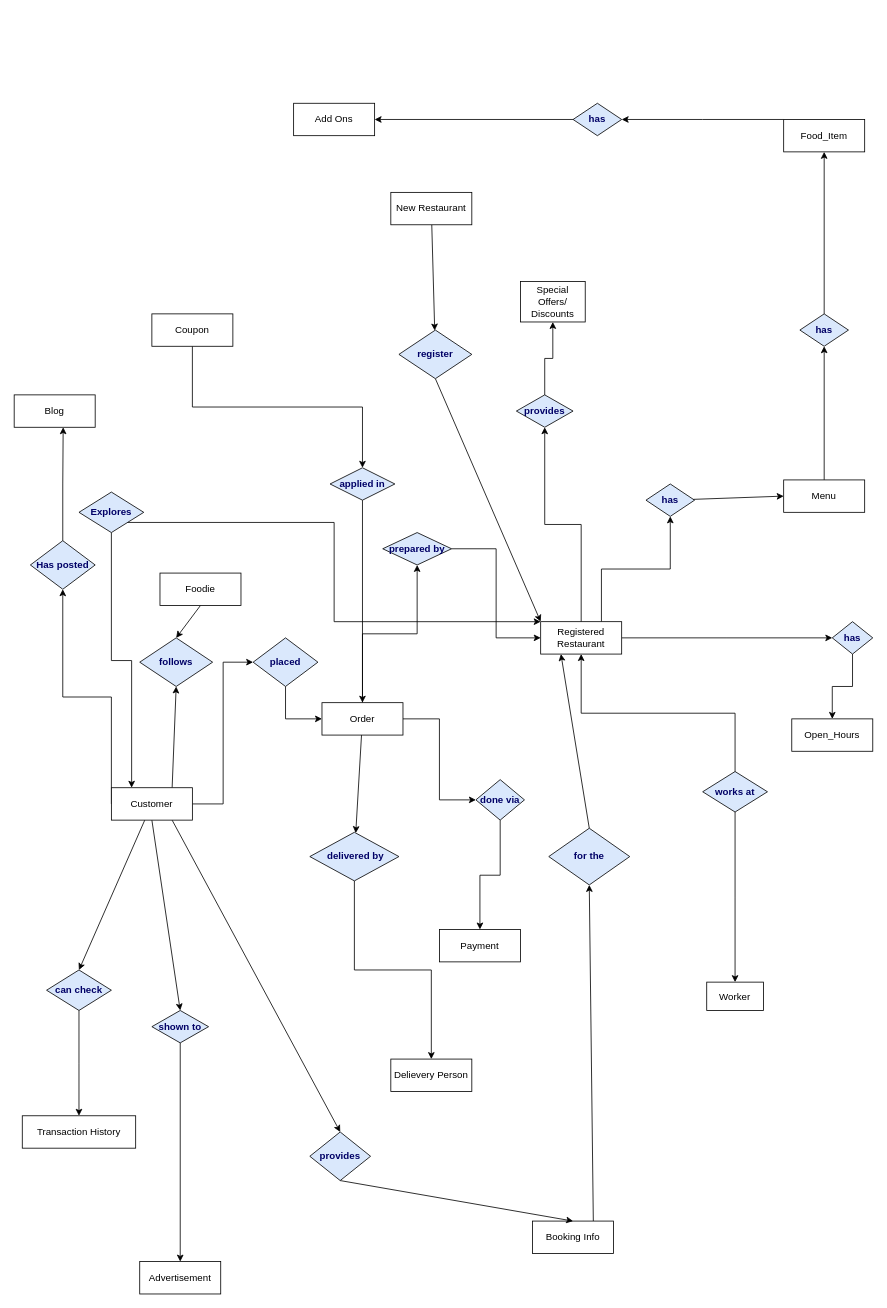
Before: Assignment1A.drawio in ritu456286/DBMS, a draw.io diagram. Source tidied: cells renumbered, new cells numbered last; positions are measured from the earlier drawing's top-left corner, leaving out a move shared by most shapes. Both pictures are drawn from the tidied source at 81%, with x=0, y=0 at pixel (14, 103).
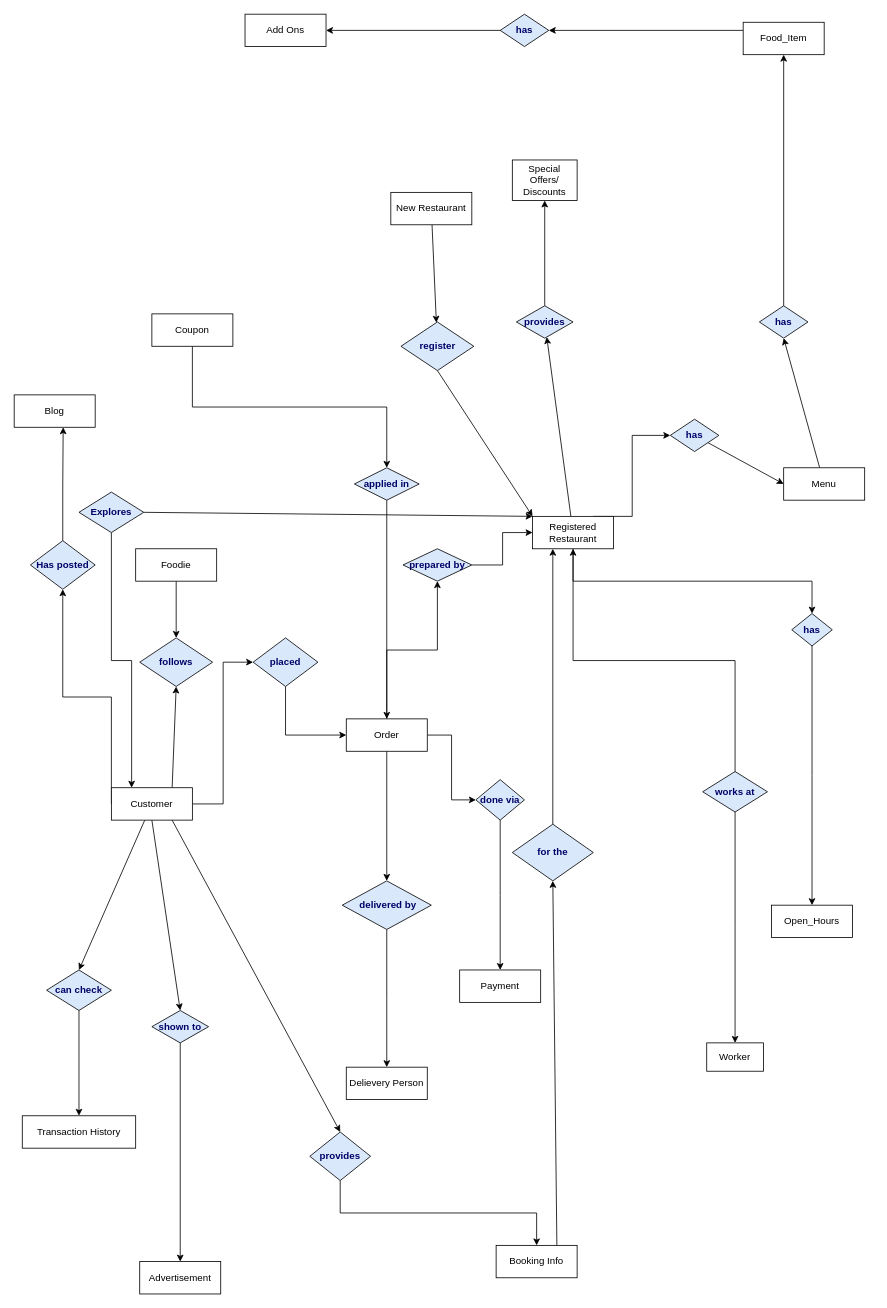
The same diagram, later.

The change refers to these unchanged cells:
```xml
<mxCell id="69" value="Explores" style="shape=rhombus;perimeter=rhombusPerimeter;whiteSpace=wrap;html=1;align=center;fillColor=#dae8fc;strokeColor=default;fontStyle=1;fontColor=#000066;labelBorderColor=none;fillStyle=solid;rounded=0;shadow=0;strokeWidth=1;" parent="1" vertex="1">
  <mxGeometry x="80" y="480" width="80" height="50" as="geometry" />
</mxCell>
<mxCell id="71" value="provides" style="shape=rhombus;perimeter=rhombusPerimeter;whiteSpace=wrap;html=1;align=center;fillColor=#dae8fc;strokeColor=default;fontStyle=1;fontColor=#000066;labelBorderColor=none;fillStyle=solid;rounded=0;shadow=0;strokeWidth=1;" parent="1" vertex="1">
  <mxGeometry x="365" y="1270" width="75" height="60" as="geometry" />
</mxCell>
```

Diff of the diagram source:
```diff
@@
     <mxCell id="10" value="Foodie" style="whiteSpace=wrap;html=1;align=center;" parent="1" vertex="1">
-      <mxGeometry x="180" y="580" width="100" height="40" as="geometry" />
+      <mxGeometry x="150" y="550" width="100" height="40" as="geometry" />
     </mxCell>
     <mxCell id="11" value="Delievery Person" style="whiteSpace=wrap;html=1;align=center;" parent="1" vertex="1">
-      <mxGeometry x="465" y="1180" width="100" height="40" as="geometry" />
+      <mxGeometry x="410" y="1190" width="100" height="40" as="geometry" />
     </mxCell>
@@
     <mxCell id="17" value="Order" style="whiteSpace=wrap;html=1;align=center;" parent="1" vertex="1">
-      <mxGeometry x="380" y="740" width="100" height="40" as="geometry" />
+      <mxGeometry x="410" y="760" width="100" height="40" as="geometry" />
     </mxCell>
-    <mxCell id="18" style="edgeStyle=elbowEdgeStyle;rounded=0;jettySize=auto;elbow=vertical;html=1;" parent="1" edge="1" source="21" target="61">
+    <mxCell id="18" style="rounded=0;jettySize=auto;elbow=vertical;html=1;" parent="1" edge="1" source="21" target="61">
       <mxGeometry relative="1" as="geometry" />
     </mxCell>
@@
-    <mxCell id="20" style="edgeStyle=elbowEdgeStyle;rounded=0;jettySize=auto;elbow=vertical;html=1;entryX=0.5;entryY=1;entryDx=0;entryDy=0;exitX=0.75;exitY=0;exitDx=0;exitDy=0;" parent="1" edge="1" source="21" target="43">
+    <mxCell id="20" style="edgeStyle=elbowEdgeStyle;rounded=0;jettySize=auto;html=1;entryX=0;entryY=0.5;entryDx=0;entryDy=0;exitX=0.75;exitY=0;exitDx=0;exitDy=0;" parent="1" edge="1" source="21" target="43">
       <mxGeometry relative="1" as="geometry" />
     </mxCell>
     <mxCell id="21" value="Registered Restaurant" style="whiteSpace=wrap;html=1;align=center;" parent="1" vertex="1">
-      <mxGeometry x="650" y="640" width="100" height="40" as="geometry" />
+      <mxGeometry x="640" y="510" width="100" height="40" as="geometry" />
     </mxCell>
@@
     <mxCell id="23" value="Menu" style="whiteSpace=wrap;html=1;align=center;" parent="1" vertex="1">
-      <mxGeometry x="950" y="465" width="100" height="40" as="geometry" />
+      <mxGeometry x="950" y="450" width="100" height="40" as="geometry" />
     </mxCell>
@@
     <mxCell id="25" value="Food_Item" style="whiteSpace=wrap;html=1;align=center;" parent="1" vertex="1">
-      <mxGeometry x="950" y="20" width="100" height="40" as="geometry" />
+      <mxGeometry x="900" y="-100" width="100" height="40" as="geometry" />
     </mxCell>
     <mxCell id="26" value="Add Ons" style="whiteSpace=wrap;html=1;align=center;" parent="1" vertex="1">
-      <mxGeometry x="345" width="100" height="40" as="geometry" />
+      <mxGeometry x="285" y="-110" width="100" height="40" as="geometry" />
     </mxCell>
     <mxCell id="27" value="Open_Hours" style="whiteSpace=wrap;html=1;align=center;" parent="1" vertex="1">
-      <mxGeometry x="960" y="760" width="100" height="40" as="geometry" />
+      <mxGeometry x="935" y="990" width="100" height="40" as="geometry" />
     </mxCell>
@@
     <mxCell id="32" value="Payment" style="whiteSpace=wrap;html=1;align=center;" parent="1" vertex="1">
-      <mxGeometry x="525" y="1020" width="100" height="40" as="geometry" />
+      <mxGeometry x="550" y="1070" width="100" height="40" as="geometry" />
     </mxCell>
@@
     <mxCell id="41" value="prepared by" style="shape=rhombus;perimeter=rhombusPerimeter;whiteSpace=wrap;html=1;align=center;fillColor=#dae8fc;strokeColor=default;fontStyle=1;fontColor=#000066;labelBorderColor=none;fillStyle=solid;rounded=0;shadow=0;strokeWidth=1;" parent="1" vertex="1">
-      <mxGeometry x="455" y="530" width="85" height="40" as="geometry" />
+      <mxGeometry x="480" y="550" width="85" height="40" as="geometry" />
     </mxCell>
@@
     <mxCell id="43" value="has" style="shape=rhombus;perimeter=rhombusPerimeter;whiteSpace=wrap;html=1;align=center;fillColor=#dae8fc;strokeColor=default;fontStyle=1;fontColor=#000066;labelBorderColor=none;fillStyle=solid;rounded=0;shadow=0;strokeWidth=1;" parent="1" vertex="1">
-      <mxGeometry x="780" y="470" width="60" height="40" as="geometry" />
+      <mxGeometry x="810" y="390" width="60" height="40" as="geometry" />
     </mxCell>
@@
     <mxCell id="45" value="&amp;nbsp;delivered by" style="shape=rhombus;perimeter=rhombusPerimeter;whiteSpace=wrap;html=1;align=center;fillColor=#dae8fc;strokeColor=default;fontStyle=1;fontColor=#000066;labelBorderColor=none;fillStyle=solid;rounded=0;shadow=0;strokeWidth=1;" parent="1" vertex="1">
-      <mxGeometry x="365" y="900" width="110" height="60" as="geometry" />
+      <mxGeometry x="405" y="960" width="110" height="60" as="geometry" />
     </mxCell>
@@
     <mxCell id="49" value="has" style="shape=rhombus;perimeter=rhombusPerimeter;whiteSpace=wrap;html=1;align=center;fillColor=#dae8fc;strokeColor=default;fontStyle=1;fontColor=#000066;labelBorderColor=none;fillStyle=solid;rounded=0;shadow=0;strokeWidth=1;" parent="1" vertex="1">
-      <mxGeometry x="970" y="260" width="60" height="40" as="geometry" />
+      <mxGeometry x="920" y="250" width="60" height="40" as="geometry" />
     </mxCell>
     <mxCell id="50" value="Special Offers/ Discounts" style="whiteSpace=wrap;html=1;align=center;" parent="1" vertex="1">
-      <mxGeometry x="625" y="220" width="80" height="50" as="geometry" />
+      <mxGeometry x="615" y="70" width="80" height="50" as="geometry" />
     </mxCell>
@@
     <mxCell id="52" value="has" style="shape=rhombus;perimeter=rhombusPerimeter;whiteSpace=wrap;html=1;align=center;fillColor=#dae8fc;strokeColor=default;fontStyle=1;fontColor=#000066;labelBorderColor=none;fillStyle=solid;rounded=0;shadow=0;strokeWidth=1;" parent="1" vertex="1">
-      <mxGeometry x="690" width="60" height="40" as="geometry" />
+      <mxGeometry x="600" y="-110" width="60" height="40" as="geometry" />
     </mxCell>
@@
     <mxCell id="54" value="applied in" style="shape=rhombus;perimeter=rhombusPerimeter;whiteSpace=wrap;html=1;align=center;fillColor=#dae8fc;strokeColor=default;fontStyle=1;fontColor=#000066;labelBorderColor=none;fillStyle=solid;rounded=0;shadow=0;strokeWidth=1;" parent="1" vertex="1">
-      <mxGeometry x="390" y="450" width="80" height="40" as="geometry" />
+      <mxGeometry x="420" y="450" width="80" height="40" as="geometry" />
     </mxCell>
@@
     <mxCell id="56" value="register" style="shape=rhombus;perimeter=rhombusPerimeter;whiteSpace=wrap;html=1;align=center;fillColor=#dae8fc;strokeColor=default;fontStyle=1;fontColor=#000066;labelBorderColor=none;fillStyle=solid;rounded=0;shadow=0;strokeWidth=1;" parent="1" vertex="1">
-      <mxGeometry x="475" y="280" width="90" height="60" as="geometry" />
+      <mxGeometry x="477.5" y="270" width="90" height="60" as="geometry" />
     </mxCell>
     <mxCell id="57" value="Worker" style="whiteSpace=wrap;html=1;align=center;" parent="1" vertex="1">
-      <mxGeometry x="855" y="1085" width="70" height="35" as="geometry" />
+      <mxGeometry x="855" y="1160" width="70" height="35" as="geometry" />
     </mxCell>
@@
     <mxCell id="61" value="provides" style="shape=rhombus;perimeter=rhombusPerimeter;whiteSpace=wrap;html=1;align=center;fillColor=#dae8fc;strokeColor=default;fontStyle=1;fontColor=#000066;labelBorderColor=none;fillStyle=solid;rounded=0;shadow=0;strokeWidth=1;" parent="1" vertex="1">
-      <mxGeometry x="620" y="360" width="70" height="40" as="geometry" />
+      <mxGeometry x="620" y="250" width="70" height="40" as="geometry" />
     </mxCell>
@@
     <mxCell id="63" value="Booking Info" style="whiteSpace=wrap;html=1;align=center;" parent="1" vertex="1">
-      <mxGeometry x="640" y="1380" width="100" height="40" as="geometry" />
+      <mxGeometry x="595" y="1410" width="100" height="40" as="geometry" />
     </mxCell>
@@
     <mxCell id="65" value="has" style="shape=rhombus;perimeter=rhombusPerimeter;whiteSpace=wrap;html=1;align=center;fillColor=#dae8fc;strokeColor=default;fontStyle=1;fontColor=#000066;labelBorderColor=none;fillStyle=solid;rounded=0;shadow=0;strokeWidth=1;" parent="1" vertex="1">
-      <mxGeometry x="1010" y="640" width="50" height="40" as="geometry" />
+      <mxGeometry x="960" y="630" width="50" height="40" as="geometry" />
     </mxCell>
@@
-    <mxCell id="68" style="edgeStyle=elbowEdgeStyle;rounded=0;jettySize=auto;html=1;entryX=0;entryY=0;entryDx=0;entryDy=0;exitX=1;exitY=1;exitDx=0;exitDy=0;" parent="1" edge="1" source="69" target="21">
+    <mxCell id="68" style="rounded=0;jettySize=auto;html=1;entryX=0;entryY=0;entryDx=0;entryDy=0;exitX=1;exitY=0.5;exitDx=0;exitDy=0;" parent="1" edge="1" source="69" target="21">
       <mxGeometry relative="1" as="geometry" />
     </mxCell>
@@
-    <mxCell id="70" style="rounded=0;jettySize=auto;elbow=vertical;html=1;exitX=0.5;exitY=1;exitDx=0;exitDy=0;entryX=0.5;entryY=0;entryDx=0;entryDy=0;" parent="1" edge="1" source="71" target="63">
+    <mxCell id="70" style="rounded=0;jettySize=auto;elbow=vertical;html=1;exitX=0.5;exitY=1;exitDx=0;exitDy=0;entryX=0.5;entryY=0;entryDx=0;entryDy=0;edgeStyle=orthogonalEdgeStyle;" parent="1" edge="1" source="71" target="63">
       <mxGeometry relative="1" as="geometry" />
     </mxCell>
@@
     <mxCell id="73" value="for the" style="shape=rhombus;perimeter=rhombusPerimeter;whiteSpace=wrap;html=1;align=center;fillColor=#dae8fc;strokeColor=default;fontStyle=1;fontColor=#000066;labelBorderColor=none;fillStyle=solid;rounded=0;shadow=0;strokeWidth=1;" parent="1" vertex="1">
-      <mxGeometry x="660" y="895" width="100" height="70" as="geometry" />
+      <mxGeometry x="615" y="890" width="100" height="70" as="geometry" />
     </mxCell>
```
